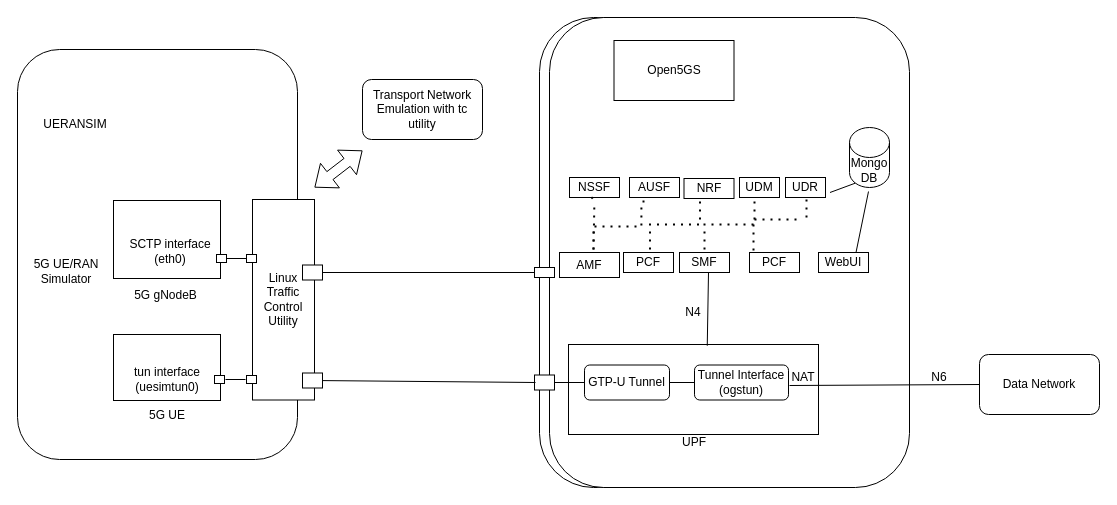
Above: Untitled Diagram.drawio in jidhub/android-ocr-builds-on-2025 (draw.io), before the change. Source tidied: cells renumbered, new cells numbered last; positions are measured from the earlier drawing's top-left corner, leaving out a move shared by most shapes. Both pictures are drawn from the tidied source at 100%, with x=0, y=0 at pixel (17, 17).
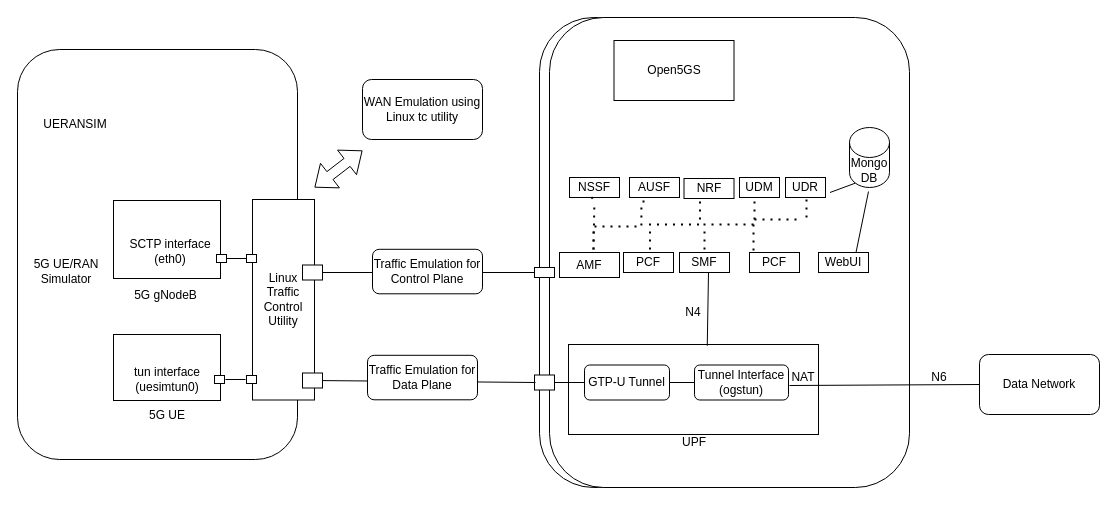
After the change.

Diff of the diagram source:
```diff
@@
-    <mxCell id="65" value="Transport Network Emulation with tc utility" style="rounded=1;whiteSpace=wrap;html=1;" parent="1" vertex="1">
+    <mxCell id="65" value="WAN Emulation using Linux tc utility" style="rounded=1;whiteSpace=wrap;html=1;" parent="1" vertex="1">
       <mxGeometry x="345" y="62" width="120" height="60" as="geometry" />
     </mxCell>
+    <mxCell id="66" value="Traffic Emulation for Control Plane" style="rounded=1;whiteSpace=wrap;html=1;" parent="1" vertex="1">
+      <mxGeometry x="355" y="231.8" width="110" height="44.5" as="geometry" />
+    </mxCell>
+    <mxCell id="67" value="Traffic Emulation for Data Plane" style="rounded=1;whiteSpace=wrap;html=1;" parent="1" vertex="1">
+      <mxGeometry x="350" y="337.8" width="110" height="44.5" as="geometry" />
+    </mxCell>
```
